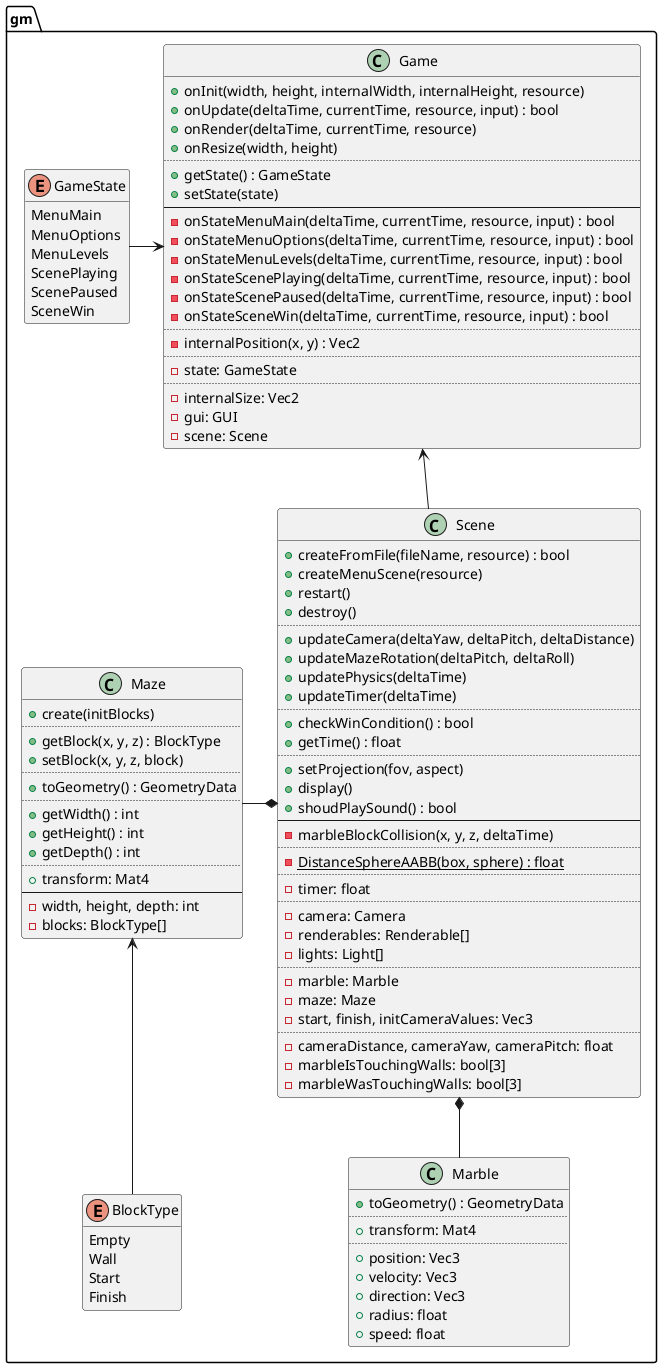
ba6er/marblemaze keeps this PlantUML diagram as design/gm.png. Above is the earlier version.
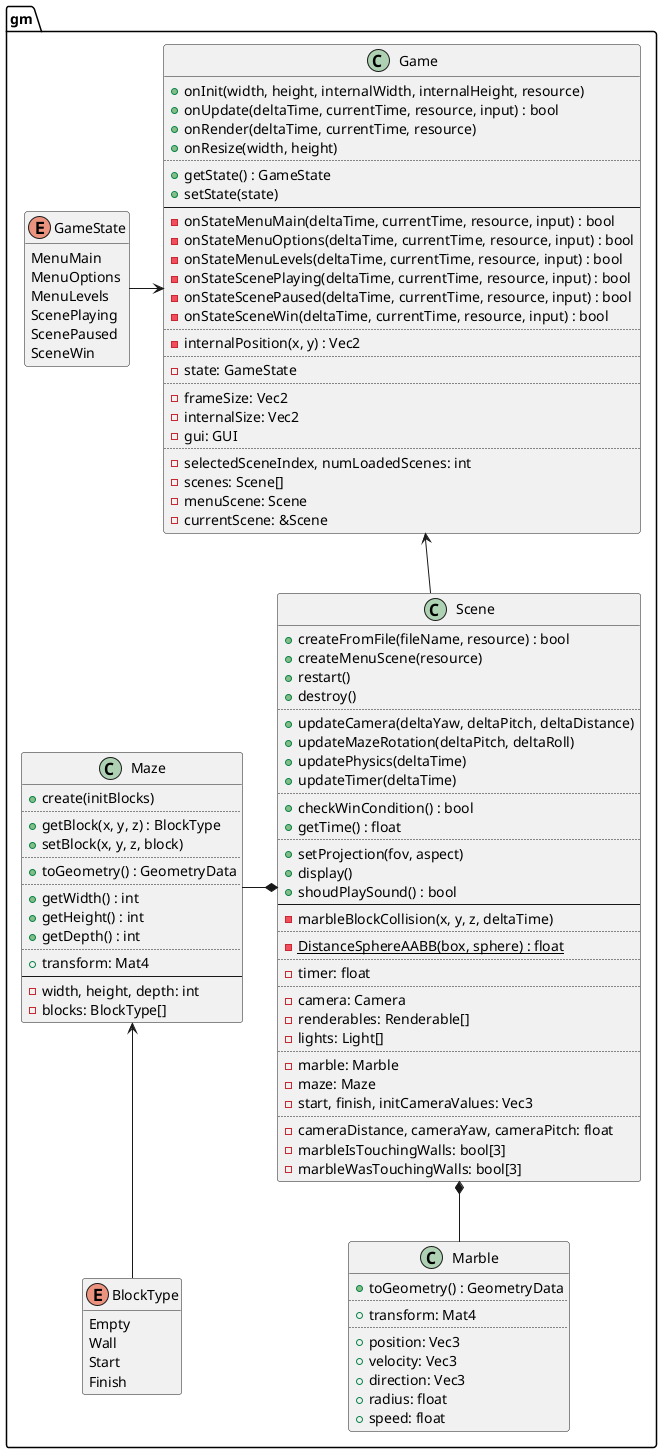
The same diagram one commit later.

Commit message:
Groundwork for loading multiple scenes at startup

The edit, as a diff of the source:
```diff
@@ -31,9 +31,14 @@
 	..
 	-state: GameState
 	..
+	-frameSize: Vec2
 	-internalSize: Vec2
 	-gui: GUI
-	-scene: Scene
+	..
+	-selectedSceneIndex, numLoadedScenes: int
+	-scenes: Scene[]
+	-menuScene: Scene
+	-currentScene: &Scene
 }
 
 class gm::Scene {
```
